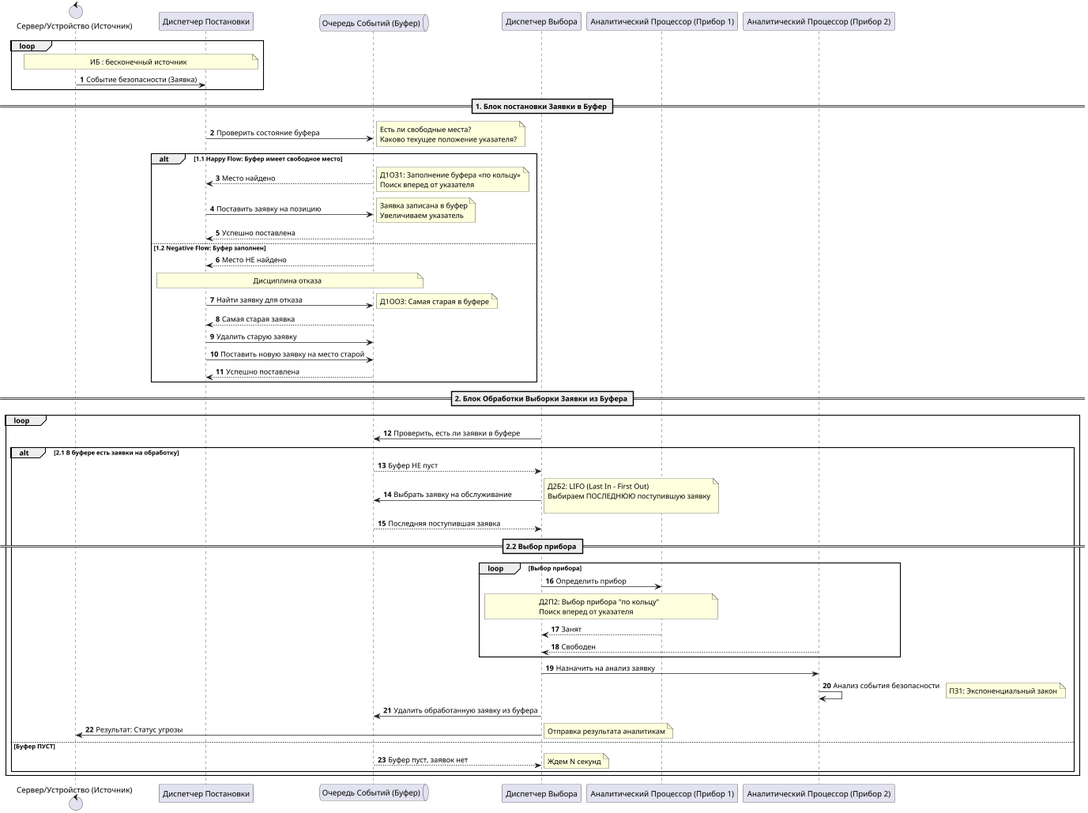
The PlantUML diagram sequence-diagram.png in titlo10/SIEM, before a commit.
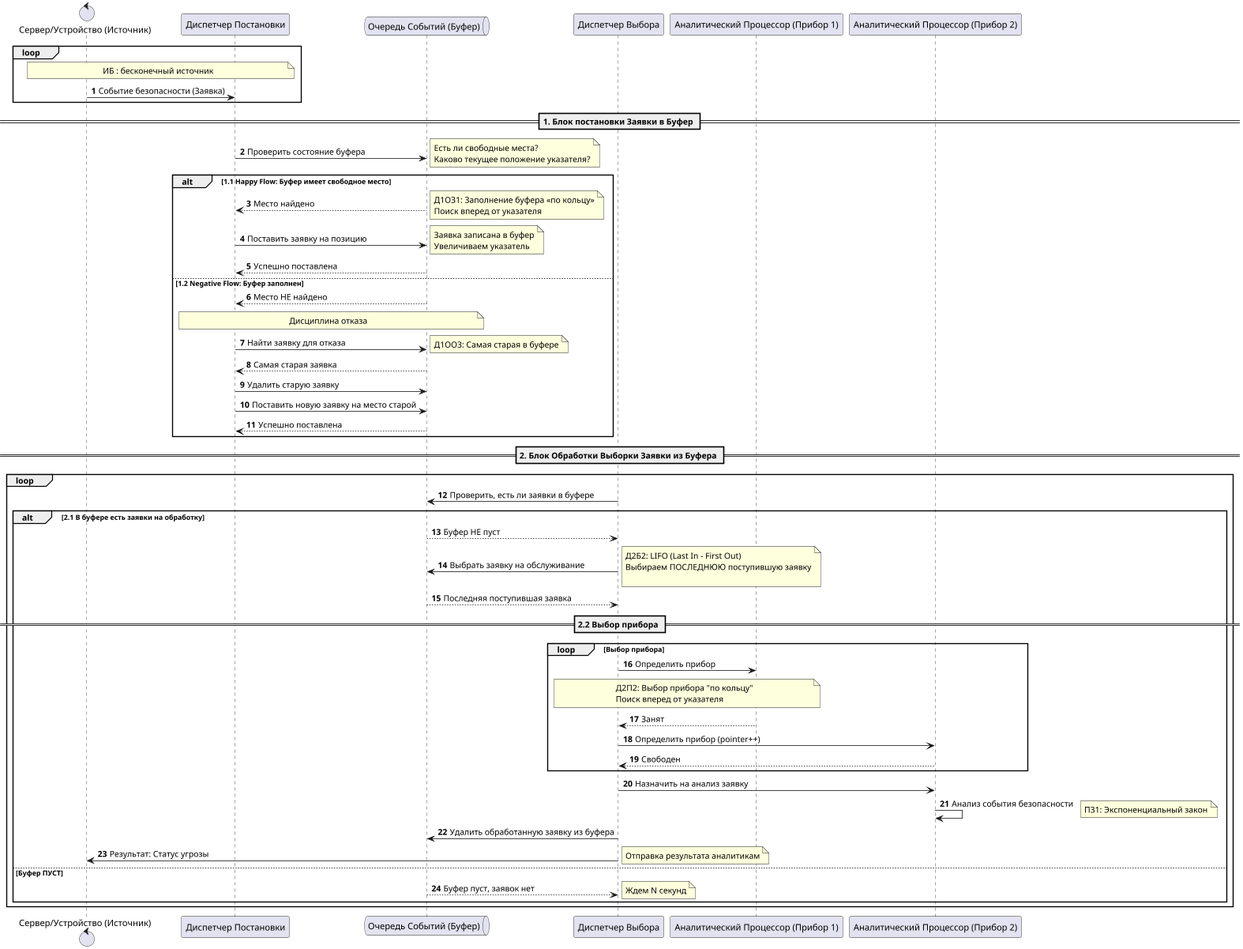
The same diagram one commit later.

The edit, as a diff of the source:
```diff
@@ -60,6 +60,7 @@
         selectDisp -> processor: Определить прибор
         note over selectDisp, processor: Д2П2: Выбор прибора "по кольцу"\nПоиск вперед от указателя
         processor --> selectDisp: Занят
+        selectDisp -> processor2: Определить прибор (pointer++)
         processor2 --> selectDisp: Свободен
         end
 
```
